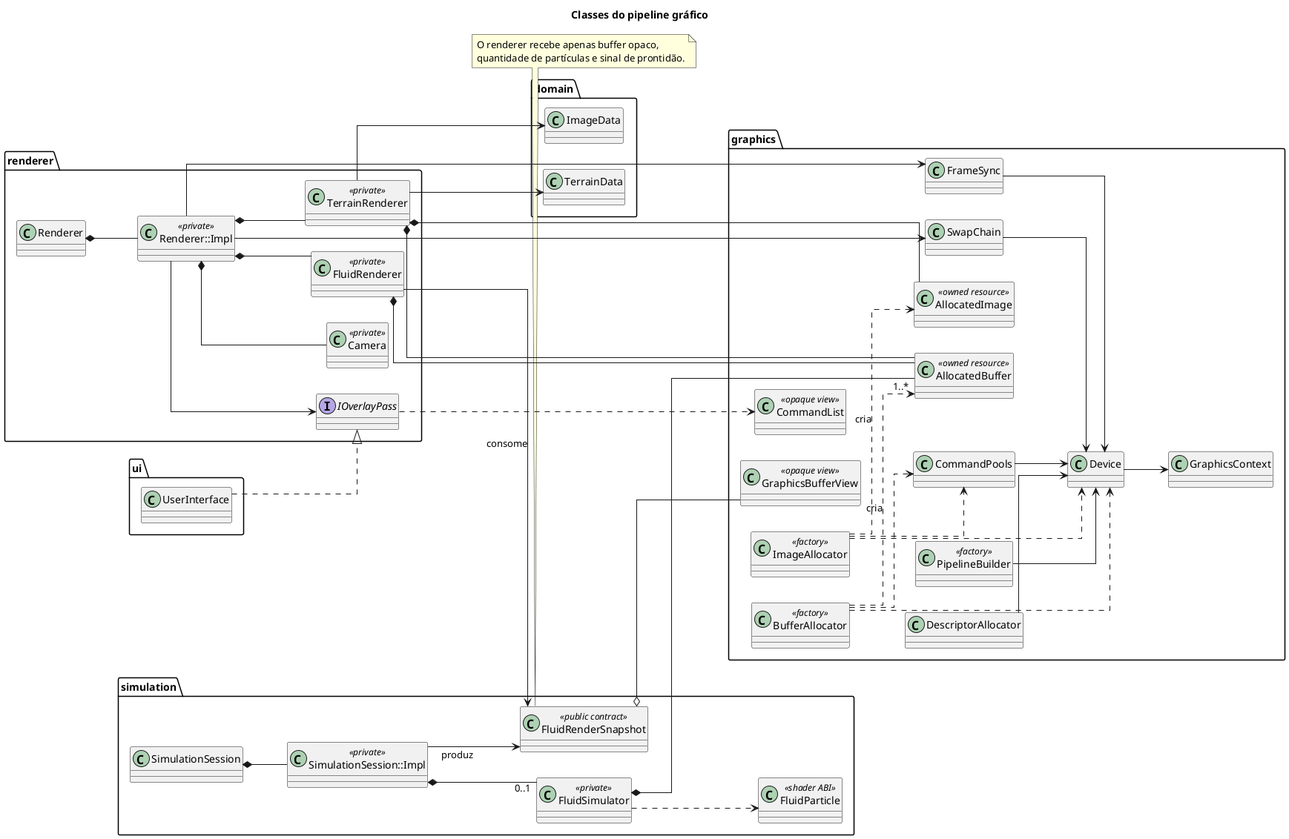
Above: docs/uml/08-rendering-classes.png in leandro-barcelos/rheo-lbm (PlantUML), before the change.
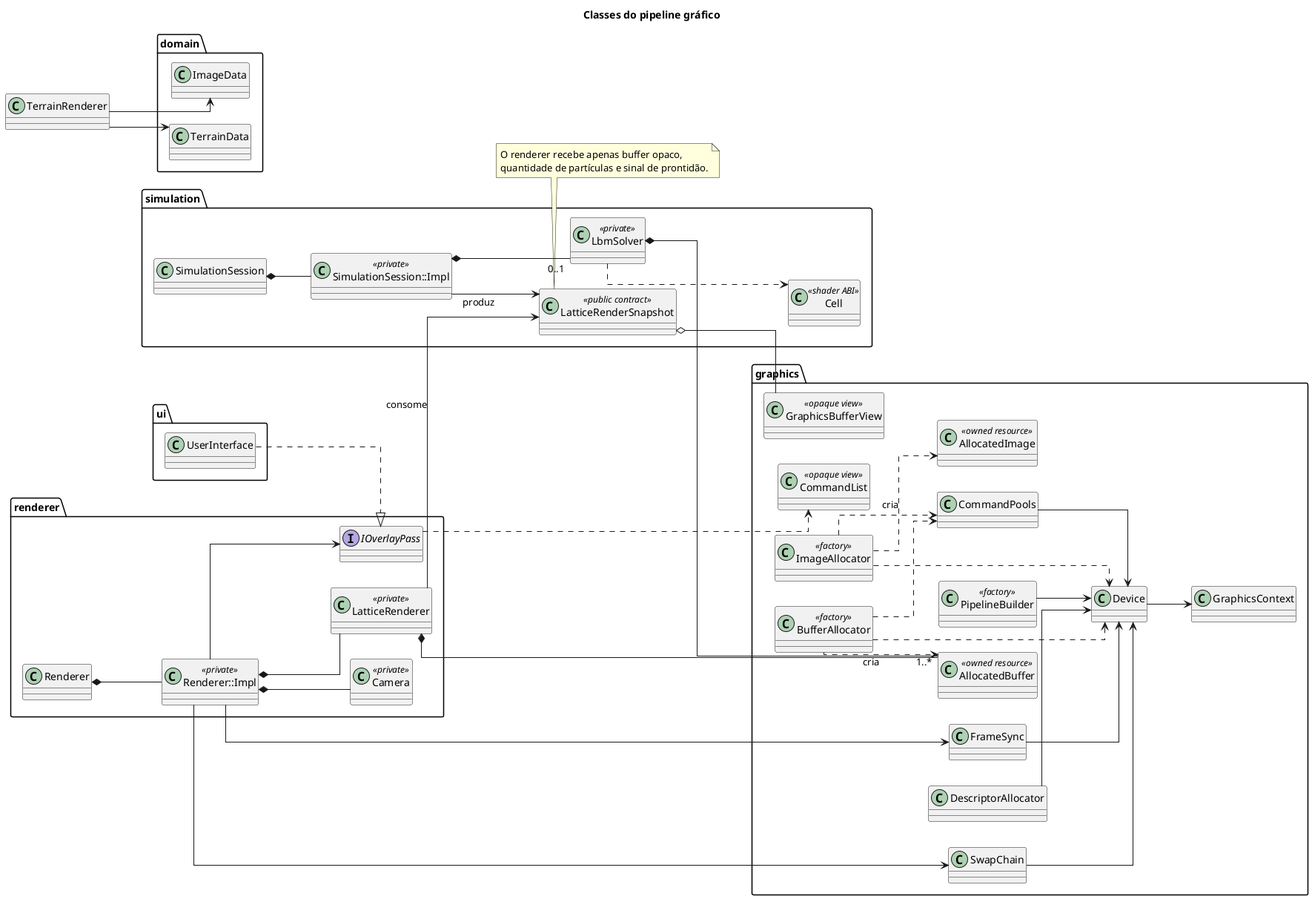
After the change.

Diff of the diagram source:
```diff
@@ -39,37 +39,33 @@
 package simulation {
   class SimulationSession
   class "SimulationSession::Impl" as SimulationImpl <<private>>
-  class FluidSimulator <<private>>
-  class FluidRenderSnapshot <<public contract>>
-  class FluidParticle <<shader ABI>>
+  class LbmSolver <<private>>
+  class LatticeRenderSnapshot <<public contract>>
+  class Cell <<shader ABI>>
 
   SimulationSession *-- SimulationImpl
-  SimulationImpl *-- "0..1" FluidSimulator
-  SimulationImpl --> FluidRenderSnapshot : produz
-  FluidSimulator *-- "1..*" AllocatedBuffer
-  FluidSimulator ..> FluidParticle
-  FluidRenderSnapshot o-- GraphicsBufferView
+  SimulationImpl *-- "0..1" LbmSolver
+  SimulationImpl --> LatticeRenderSnapshot : produz
+  LbmSolver *-- "1..*" AllocatedBuffer
+  LbmSolver ..> Cell
+  LatticeRenderSnapshot o-- GraphicsBufferView
 }
 
 package renderer {
   class Renderer
   class "Renderer::Impl" as RendererImpl <<private>>
   class Camera <<private>>
-  class FluidRenderer <<private>>
-  class TerrainRenderer <<private>>
+  class LatticeRenderer <<private>>
   interface IOverlayPass
 
   Renderer *-- RendererImpl
   RendererImpl *-- Camera
-  RendererImpl *-- FluidRenderer
-  RendererImpl *-- TerrainRenderer
+  RendererImpl *-- LatticeRenderer
   RendererImpl --> SwapChain
   RendererImpl --> FrameSync
   RendererImpl --> IOverlayPass
-  FluidRenderer --> FluidRenderSnapshot : consome
-  FluidRenderer *-- AllocatedBuffer
-  TerrainRenderer *-- AllocatedBuffer
-  TerrainRenderer *-- AllocatedImage
+  LatticeRenderer --> LatticeRenderSnapshot : consome
+  LatticeRenderer *-- AllocatedBuffer
 }
 
 package ui {
@@ -86,7 +82,7 @@
 TerrainRenderer --> TerrainData
 TerrainRenderer --> ImageData
 
-note bottom of FluidRenderSnapshot
+note bottom of LatticeRenderSnapshot
   O renderer recebe apenas buffer opaco,
   quantidade de partículas e sinal de prontidão.
 end note
```
